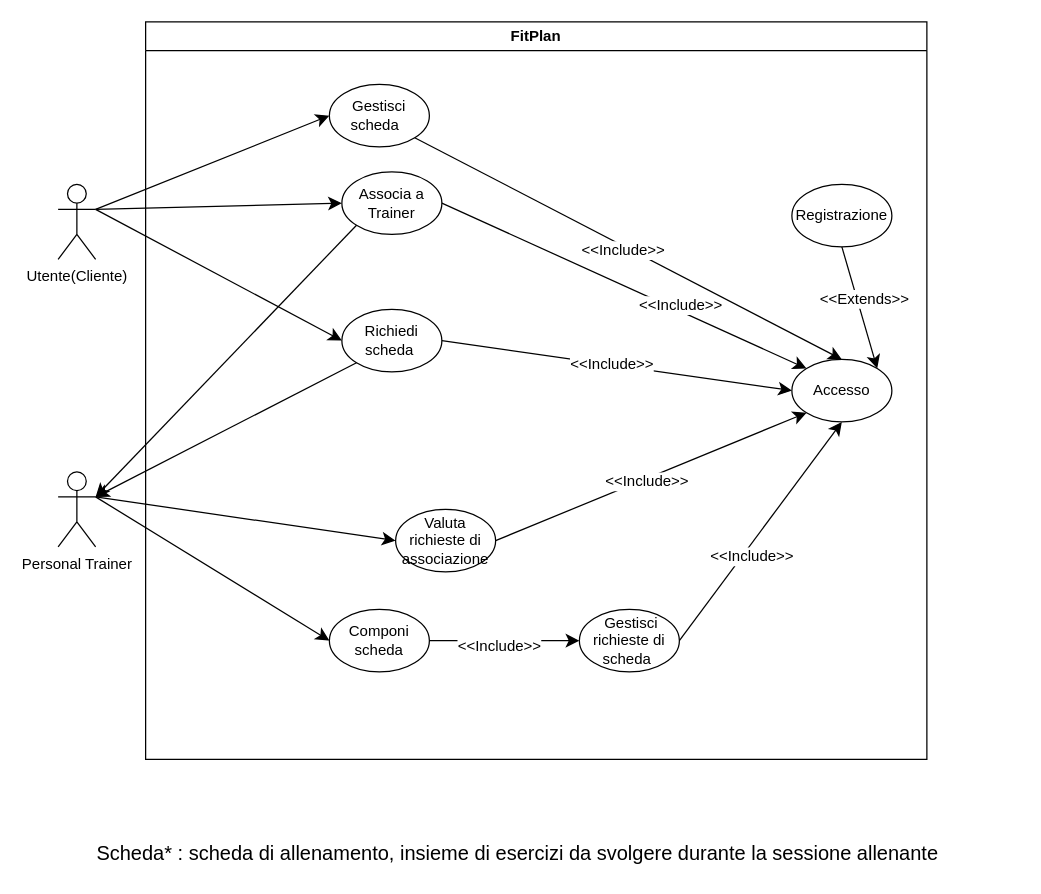
The draw.io diagram UseCaseDiagram/UseCaseDiagram.drawio in FedericoSib/FitPlan, before the edit. Source tidied: cells renumbered, new cells numbered last; positions are measured from the earlier drawing's top-left corner, leaving out a move shared by most shapes. Both pictures are drawn from the tidied source at 125%, with x=0, y=0 at pixel (58, 21).
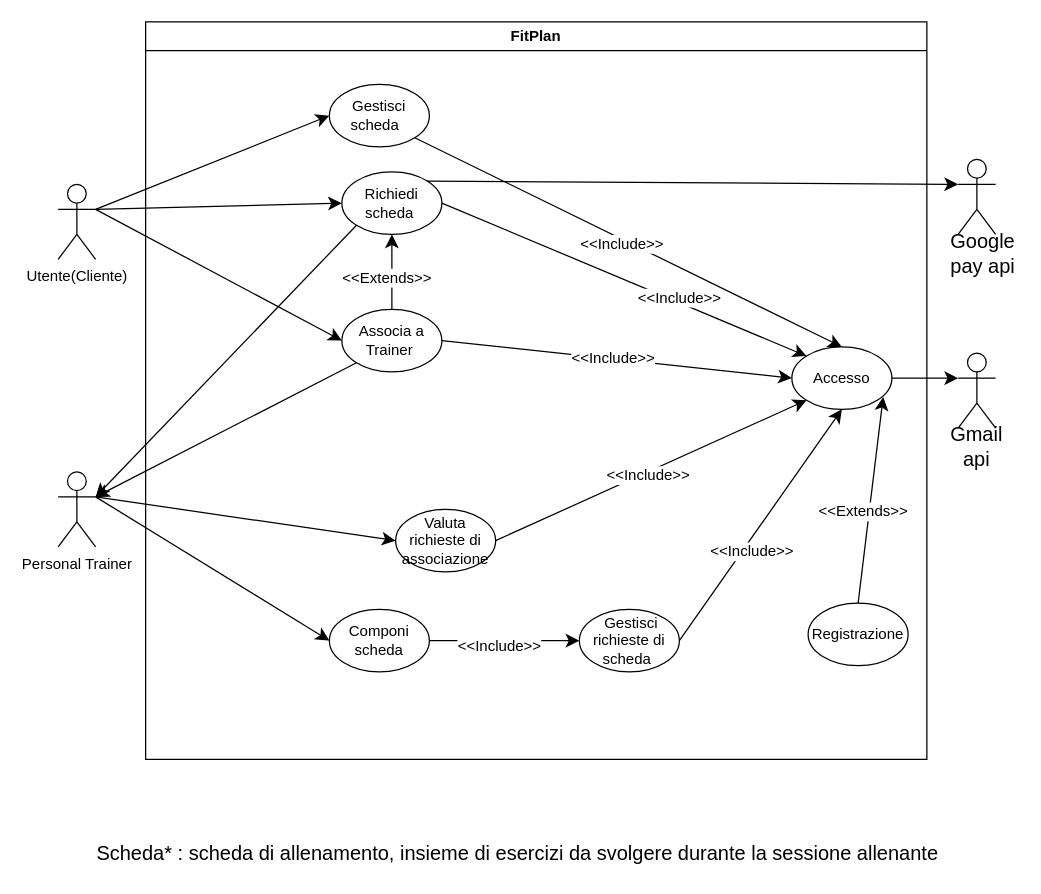
The same page after the edit.

Unchanged cells that the change refers to:
```xml
<mxCell id="2" value="FitPlan" style="swimlane;whiteSpace=wrap;html=1;" parent="1" vertex="1">
  <mxGeometry x="70" width="625" height="590" as="geometry" />
</mxCell>
```

Diff of the diagram source:
```diff
@@
     <mxCell id="3" value="Accesso" style="ellipse;whiteSpace=wrap;html=1;" parent="2" vertex="1">
-      <mxGeometry x="517" y="270" width="80" height="50" as="geometry" />
+      <mxGeometry x="517" y="260" width="80" height="50" as="geometry" />
     </mxCell>
@@
-    <mxCell id="6" value="Richiedi scheda&amp;nbsp;" style="ellipse;whiteSpace=wrap;html=1;" parent="2" vertex="1">
+    <mxCell id="6" value="Associa a Trainer&amp;nbsp;" style="ellipse;whiteSpace=wrap;html=1;" parent="2" vertex="1">
       <mxGeometry x="157" y="230" width="80" height="50" as="geometry" />
     </mxCell>
-    <mxCell id="7" value="Associa a Trainer" style="ellipse;whiteSpace=wrap;html=1;" parent="2" vertex="1">
+    <mxCell id="7" value="Richiedi scheda&amp;nbsp;" style="ellipse;whiteSpace=wrap;html=1;" parent="2" vertex="1">
       <mxGeometry x="157" y="120" width="80" height="50" as="geometry" />
     </mxCell>
@@
     <mxCell id="22" value="Registrazione" style="ellipse;whiteSpace=wrap;html=1;" parent="2" vertex="1">
-      <mxGeometry x="517" y="130" width="80" height="50" as="geometry" />
+      <mxGeometry x="530" y="465" width="80" height="50" as="geometry" />
     </mxCell>
-    <mxCell id="23" style="edgeStyle=none;jettySize=auto;html=1;rounded=0;fontSize=12;startSize=8;endSize=8;curved=1;entryX=1;entryY=0;entryDx=0;entryDy=0;exitX=0.5;exitY=1;exitDx=0;exitDy=0;" parent="2" edge="1" source="22" target="3">
+    <mxCell id="23" style="edgeStyle=none;jettySize=auto;html=1;rounded=0;fontSize=12;startSize=8;endSize=8;curved=1;entryX=0.913;entryY=0.8;entryDx=0;entryDy=0;entryPerimeter=0;exitX=0.5;exitY=0;exitDx=0;exitDy=0;" parent="2" edge="1" source="22" target="3">
       <mxGeometry relative="1" as="geometry" />
     </mxCell>
@@
+    <mxCell id="35" style="edgeStyle=none;jettySize=auto;html=1;rounded=0;fontSize=12;startSize=8;endSize=8;curved=1;exitX=0.5;exitY=0;exitDx=0;exitDy=0;entryX=0.5;entryY=1;entryDx=0;entryDy=0;" parent="2" edge="1" source="6" target="7">
+      <mxGeometry relative="1" as="geometry" />
+    </mxCell>
+    <mxCell id="36" value="&amp;lt;&amp;lt;Extends&amp;gt;&amp;gt;" style="edgeLabel;html=1;align=center;verticalAlign=middle;fontSize=12;" parent="35" vertex="1">
+      <mxGeometry x="-0.12" y="5" relative="1" as="geometry" />
+    </mxCell>
@@
+    <mxCell id="37" style="edgeStyle=none;jettySize=auto;html=1;rounded=0;fontSize=12;startSize=8;endSize=8;curved=1;exitX=1;exitY=0.5;exitDx=0;exitDy=0;entryX=0;entryY=0.3333333333333333;entryDx=0;entryDy=0;entryPerimeter=0;" parent="1" edge="1" source="3" target="38">
+      <mxGeometry relative="1" as="geometry" />
+    </mxCell>
+    <mxCell id="38" style="shape=umlActor;verticalLabelPosition=bottom;verticalAlign=top;html=1;outlineConnect=0;" parent="1" vertex="1">
+      <mxGeometry x="720" y="265" width="30" height="60" as="geometry" />
+    </mxCell>
+    <mxCell id="39" style="edgeStyle=none;jettySize=auto;html=1;rounded=0;fontSize=12;startSize=8;endSize=8;curved=1;entryX=0;entryY=0.3333333333333333;entryDx=0;entryDy=0;entryPerimeter=0;exitX=1;exitY=0;exitDx=0;exitDy=0;" parent="1" edge="1" source="7" target="40">
+      <mxGeometry relative="1" as="geometry" />
+    </mxCell>
+    <mxCell id="40" style="shape=umlActor;verticalLabelPosition=bottom;verticalAlign=top;html=1;outlineConnect=0;" parent="1" vertex="1">
+      <mxGeometry x="720" y="110" width="30" height="60" as="geometry" />
+    </mxCell>
+    <mxCell id="41" value="Google pay api" style="text;html=1;whiteSpace=wrap;strokeColor=none;fillColor=none;align=center;verticalAlign=middle;rounded=0;fontSize=16;" parent="1" vertex="1">
+      <mxGeometry x="710" y="170" width="60" height="30" as="geometry" />
+    </mxCell>
+    <mxCell id="42" value="Gmail api" style="text;html=1;whiteSpace=wrap;strokeColor=none;fillColor=none;align=center;verticalAlign=middle;rounded=0;fontSize=16;" parent="1" vertex="1">
+      <mxGeometry x="705" y="325" width="60" height="30" as="geometry" />
+    </mxCell>
```
